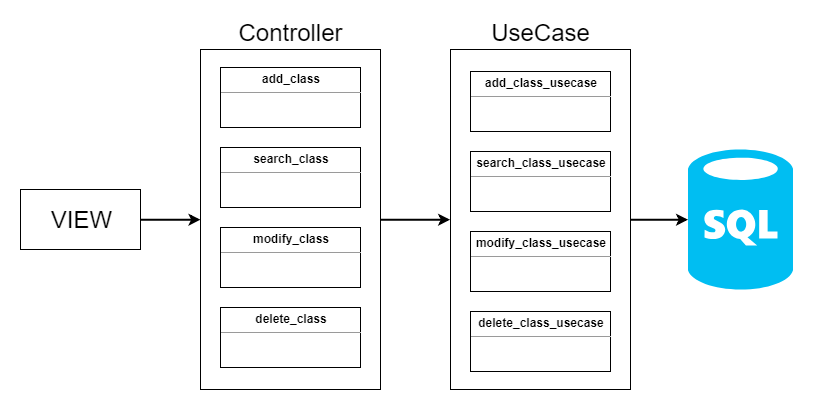
Before: 107598044/hw2/hw2架構圖.png, a diagram exported from draw.io (sa2019tw/Software-Architecture). Source tidied: cells renumbered, new cells last; positions are measured from the earlier drawing's top-left corner, leaving out a move shared by most shapes. Its diagram source:
```xml
<mxGraphModel>
  <root>
    <mxCell id="0" />
    <mxCell id="1" parent="0" />
    <mxCell id="2" value="Controller&lt;br style=&quot;font-size: 24px&quot;&gt;" style="rounded=0;whiteSpace=wrap;html=1;fillColor=none;labelPosition=center;verticalLabelPosition=top;align=center;verticalAlign=bottom;fontSize=24;" parent="1" vertex="1">
      <mxGeometry x="180" width="180" height="340" as="geometry" />
    </mxCell>
    <mxCell id="3" value="&lt;p style=&quot;margin: 0px ; margin-top: 4px ; text-align: center&quot;&gt;&lt;b&gt;add_class&lt;/b&gt;&lt;/p&gt;&lt;hr size=&quot;1&quot;&gt;&lt;div style=&quot;height: 2px&quot;&gt;&lt;/div&gt;" style="verticalAlign=top;align=left;overflow=fill;fontSize=12;fontFamily=Helvetica;html=1;" parent="1" vertex="1">
      <mxGeometry x="200" y="18" width="140" height="60" as="geometry" />
    </mxCell>
    <mxCell id="4" value="&lt;p style=&quot;margin: 0px ; margin-top: 4px ; text-align: center&quot;&gt;&lt;b&gt;search_class&lt;/b&gt;&lt;/p&gt;&lt;hr size=&quot;1&quot;&gt;&lt;div style=&quot;height: 2px&quot;&gt;&lt;/div&gt;" style="verticalAlign=top;align=left;overflow=fill;fontSize=12;fontFamily=Helvetica;html=1;" parent="1" vertex="1">
      <mxGeometry x="200" y="98" width="140" height="60" as="geometry" />
    </mxCell>
    <mxCell id="5" value="&lt;p style=&quot;margin: 0px ; margin-top: 4px ; text-align: center&quot;&gt;&lt;b&gt;modify_class&lt;/b&gt;&lt;/p&gt;&lt;hr size=&quot;1&quot;&gt;&lt;div style=&quot;height: 2px&quot;&gt;&lt;/div&gt;" style="verticalAlign=top;align=left;overflow=fill;fontSize=12;fontFamily=Helvetica;html=1;" parent="1" vertex="1">
      <mxGeometry x="200" y="178" width="140" height="60" as="geometry" />
    </mxCell>
    <mxCell id="6" value="&lt;p style=&quot;margin: 0px ; margin-top: 4px ; text-align: center&quot;&gt;&lt;b&gt;delete_class&lt;/b&gt;&lt;/p&gt;&lt;hr size=&quot;1&quot;&gt;&lt;div style=&quot;height: 2px&quot;&gt;&lt;/div&gt;" style="verticalAlign=top;align=left;overflow=fill;fontSize=12;fontFamily=Helvetica;html=1;" parent="1" vertex="1">
      <mxGeometry x="200" y="258" width="140" height="60" as="geometry" />
    </mxCell>
    <mxCell id="7" style="endArrow=classic;html=1;fontSize=24;entryX=0;entryY=0.5;entryDx=0;entryDy=0;strokeWidth=2;exitX=1;exitY=0.5;exitDx=0;exitDy=0;" parent="1" edge="1" source="10" target="2">
      <mxGeometry relative="1" as="geometry" />
    </mxCell>
    <mxCell id="8" style="endArrow=classic;html=1;fontSize=24;strokeWidth=2;entryX=0;entryY=0.5;entryDx=0;entryDy=0;entryPerimeter=0;exitX=1;exitY=0.5;exitDx=0;exitDy=0;" parent="1" edge="1" source="12" target="9">
      <mxGeometry relative="1" as="geometry" />
    </mxCell>
    <mxCell id="9" style="verticalLabelPosition=bottom;html=1;verticalAlign=top;align=center;strokeColor=none;fillColor=#00BEF2;shape=mxgraph.azure.sql_database;" parent="1" vertex="1">
      <mxGeometry x="667.5" y="100" width="105" height="140" as="geometry" />
    </mxCell>
    <mxCell id="10" value="&lt;font style=&quot;font-size: 24px&quot;&gt;VIEW&lt;/font&gt;" style="rounded=0;whiteSpace=wrap;html=1;" parent="1" vertex="1">
      <mxGeometry y="140" width="120" height="60" as="geometry" />
    </mxCell>
    <mxCell id="11" value="&lt;font style=&quot;font-size: 24px&quot;&gt;DB&lt;/font&gt;" style="text;html=1;align=left;verticalAlign=top;spacingTop=-4;" parent="1" vertex="1">
      <mxGeometry x="470" y="184" width="50" height="20" as="geometry" />
    </mxCell>
    <mxCell id="12" value="UseCase&lt;br style=&quot;font-size: 24px&quot;&gt;" style="rounded=0;whiteSpace=wrap;html=1;fillColor=none;labelPosition=center;verticalLabelPosition=top;align=center;verticalAlign=bottom;fontSize=24;" parent="1" vertex="1">
      <mxGeometry x="430" width="180" height="340" as="geometry" />
    </mxCell>
    <mxCell id="13" value="&lt;p style=&quot;margin: 0px ; margin-top: 4px ; text-align: center&quot;&gt;&lt;b&gt;add_class_usecase&lt;/b&gt;&lt;/p&gt;&lt;hr size=&quot;1&quot;&gt;&lt;div style=&quot;height: 2px&quot;&gt;&lt;/div&gt;" style="verticalAlign=top;align=left;overflow=fill;fontSize=12;fontFamily=Helvetica;html=1;" parent="1" vertex="1">
      <mxGeometry x="450" y="22" width="140" height="60" as="geometry" />
    </mxCell>
    <mxCell id="14" value="&lt;p style=&quot;margin: 0px ; margin-top: 4px ; text-align: center&quot;&gt;&lt;b&gt;search_class_usecase&lt;/b&gt;&lt;/p&gt;&lt;hr size=&quot;1&quot;&gt;&lt;div style=&quot;height: 2px&quot;&gt;&lt;/div&gt;" style="verticalAlign=top;align=left;overflow=fill;fontSize=12;fontFamily=Helvetica;html=1;" parent="1" vertex="1">
      <mxGeometry x="450" y="102" width="140" height="60" as="geometry" />
    </mxCell>
    <mxCell id="15" value="&lt;p style=&quot;margin: 0px ; margin-top: 4px ; text-align: center&quot;&gt;&lt;b&gt;modify_class_usecase&lt;/b&gt;&lt;/p&gt;&lt;hr size=&quot;1&quot;&gt;&lt;div style=&quot;height: 2px&quot;&gt;&lt;/div&gt;" style="verticalAlign=top;align=left;overflow=fill;fontSize=12;fontFamily=Helvetica;html=1;" parent="1" vertex="1">
      <mxGeometry x="450" y="182" width="140" height="60" as="geometry" />
    </mxCell>
    <mxCell id="16" value="&lt;p style=&quot;margin: 0px ; margin-top: 4px ; text-align: center&quot;&gt;&lt;b&gt;delete_class_usecase&lt;/b&gt;&lt;/p&gt;&lt;hr size=&quot;1&quot;&gt;&lt;div style=&quot;height: 2px&quot;&gt;&lt;/div&gt;" style="verticalAlign=top;align=left;overflow=fill;fontSize=12;fontFamily=Helvetica;html=1;" parent="1" vertex="1">
      <mxGeometry x="450" y="262" width="140" height="60" as="geometry" />
    </mxCell>
    <mxCell id="17" style="endArrow=classic;html=1;fontSize=24;entryX=0;entryY=0.5;entryDx=0;entryDy=0;strokeWidth=2;exitX=1;exitY=0.5;exitDx=0;exitDy=0;" parent="1" edge="1" source="2" target="12">
      <mxGeometry relative="1" as="geometry" />
    </mxCell>
  </root>
</mxGraphModel>
```
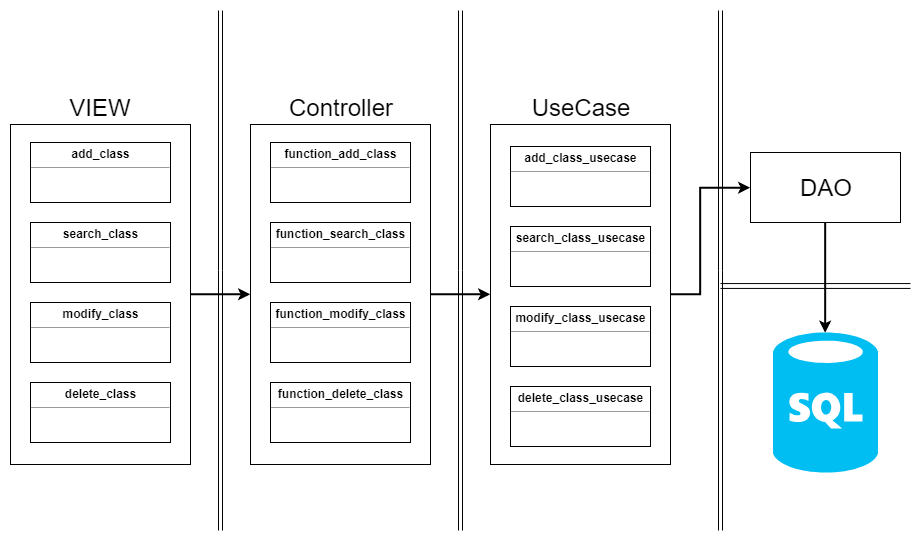
Above is the later version.

Diff of the diagram source:
```diff
@@ -3,52 +3,99 @@
     <mxCell id="0" />
     <mxCell id="1" parent="0" />
     <mxCell id="2" value="Controller&lt;br style=&quot;font-size: 24px&quot;&gt;" style="rounded=0;whiteSpace=wrap;html=1;fillColor=none;labelPosition=center;verticalLabelPosition=top;align=center;verticalAlign=bottom;fontSize=24;" parent="1" vertex="1">
-      <mxGeometry x="180" width="180" height="340" as="geometry" />
+      <mxGeometry x="310" y="22" width="180" height="340" as="geometry" />
     </mxCell>
-    <mxCell id="3" value="&lt;p style=&quot;margin: 0px ; margin-top: 4px ; text-align: center&quot;&gt;&lt;b&gt;add_class&lt;/b&gt;&lt;/p&gt;&lt;hr size=&quot;1&quot;&gt;&lt;div style=&quot;height: 2px&quot;&gt;&lt;/div&gt;" style="verticalAlign=top;align=left;overflow=fill;fontSize=12;fontFamily=Helvetica;html=1;" parent="1" vertex="1">
-      <mxGeometry x="200" y="18" width="140" height="60" as="geometry" />
+    <mxCell id="3" value="&lt;p style=&quot;margin: 0px ; margin-top: 4px ; text-align: center&quot;&gt;&lt;b&gt;function_add_class&lt;/b&gt;&lt;/p&gt;&lt;hr size=&quot;1&quot;&gt;&lt;div style=&quot;height: 2px&quot;&gt;&lt;/div&gt;" style="verticalAlign=top;align=left;overflow=fill;fontSize=12;fontFamily=Helvetica;html=1;" parent="1" vertex="1">
+      <mxGeometry x="330" y="40" width="140" height="60" as="geometry" />
     </mxCell>
-    <mxCell id="4" value="&lt;p style=&quot;margin: 0px ; margin-top: 4px ; text-align: center&quot;&gt;&lt;b&gt;search_class&lt;/b&gt;&lt;/p&gt;&lt;hr size=&quot;1&quot;&gt;&lt;div style=&quot;height: 2px&quot;&gt;&lt;/div&gt;" style="verticalAlign=top;align=left;overflow=fill;fontSize=12;fontFamily=Helvetica;html=1;" parent="1" vertex="1">
-      <mxGeometry x="200" y="98" width="140" height="60" as="geometry" />
+    <mxCell id="4" value="&lt;p style=&quot;margin: 0px ; margin-top: 4px ; text-align: center&quot;&gt;&lt;b&gt;function_search_class&lt;/b&gt;&lt;/p&gt;&lt;hr size=&quot;1&quot;&gt;&lt;div style=&quot;height: 2px&quot;&gt;&lt;/div&gt;" style="verticalAlign=top;align=left;overflow=fill;fontSize=12;fontFamily=Helvetica;html=1;" parent="1" vertex="1">
+      <mxGeometry x="330" y="120" width="140" height="60" as="geometry" />
     </mxCell>
-    <mxCell id="5" value="&lt;p style=&quot;margin: 0px ; margin-top: 4px ; text-align: center&quot;&gt;&lt;b&gt;modify_class&lt;/b&gt;&lt;/p&gt;&lt;hr size=&quot;1&quot;&gt;&lt;div style=&quot;height: 2px&quot;&gt;&lt;/div&gt;" style="verticalAlign=top;align=left;overflow=fill;fontSize=12;fontFamily=Helvetica;html=1;" parent="1" vertex="1">
-      <mxGeometry x="200" y="178" width="140" height="60" as="geometry" />
+    <mxCell id="5" value="&lt;p style=&quot;margin: 0px ; margin-top: 4px ; text-align: center&quot;&gt;&lt;b&gt;function_&lt;/b&gt;&lt;b&gt;modify_class&lt;/b&gt;&lt;/p&gt;&lt;hr size=&quot;1&quot;&gt;&lt;div style=&quot;height: 2px&quot;&gt;&lt;/div&gt;" style="verticalAlign=top;align=left;overflow=fill;fontSize=12;fontFamily=Helvetica;html=1;" parent="1" vertex="1">
+      <mxGeometry x="330" y="200" width="140" height="60" as="geometry" />
     </mxCell>
-    <mxCell id="6" value="&lt;p style=&quot;margin: 0px ; margin-top: 4px ; text-align: center&quot;&gt;&lt;b&gt;delete_class&lt;/b&gt;&lt;/p&gt;&lt;hr size=&quot;1&quot;&gt;&lt;div style=&quot;height: 2px&quot;&gt;&lt;/div&gt;" style="verticalAlign=top;align=left;overflow=fill;fontSize=12;fontFamily=Helvetica;html=1;" parent="1" vertex="1">
-      <mxGeometry x="200" y="258" width="140" height="60" as="geometry" />
+    <mxCell id="6" value="&lt;p style=&quot;margin: 0px ; margin-top: 4px ; text-align: center&quot;&gt;&lt;b&gt;function_delete_class&lt;/b&gt;&lt;/p&gt;&lt;hr size=&quot;1&quot;&gt;&lt;div style=&quot;height: 2px&quot;&gt;&lt;/div&gt;" style="verticalAlign=top;align=left;overflow=fill;fontSize=12;fontFamily=Helvetica;html=1;" parent="1" vertex="1">
+      <mxGeometry x="330" y="280" width="140" height="60" as="geometry" />
     </mxCell>
     <mxCell id="7" style="endArrow=classic;html=1;fontSize=24;entryX=0;entryY=0.5;entryDx=0;entryDy=0;strokeWidth=2;exitX=1;exitY=0.5;exitDx=0;exitDy=0;" parent="1" edge="1" source="10" target="2">
       <mxGeometry relative="1" as="geometry" />
     </mxCell>
-    <mxCell id="8" style="endArrow=classic;html=1;fontSize=24;strokeWidth=2;entryX=0;entryY=0.5;entryDx=0;entryDy=0;entryPerimeter=0;exitX=1;exitY=0.5;exitDx=0;exitDy=0;" parent="1" edge="1" source="12" target="9">
+    <mxCell id="8" style="endArrow=classic;html=1;fontSize=24;strokeWidth=2;entryX=0.5;entryY=0;entryDx=0;entryDy=0;entryPerimeter=0;exitX=0.5;exitY=1;exitDx=0;exitDy=0;" parent="1" edge="1" source="25" target="9">
       <mxGeometry relative="1" as="geometry" />
     </mxCell>
     <mxCell id="9" style="verticalLabelPosition=bottom;html=1;verticalAlign=top;align=center;strokeColor=none;fillColor=#00BEF2;shape=mxgraph.azure.sql_database;" parent="1" vertex="1">
-      <mxGeometry x="667.5" y="100" width="105" height="140" as="geometry" />
+      <mxGeometry x="832.5" y="230" width="105" height="140" as="geometry" />
     </mxCell>
-    <mxCell id="10" value="&lt;font style=&quot;font-size: 24px&quot;&gt;VIEW&lt;/font&gt;" style="rounded=0;whiteSpace=wrap;html=1;" parent="1" vertex="1">
-      <mxGeometry y="140" width="120" height="60" as="geometry" />
-    </mxCell>
     <mxCell id="11" value="&lt;font style=&quot;font-size: 24px&quot;&gt;DB&lt;/font&gt;" style="text;html=1;align=left;verticalAlign=top;spacingTop=-4;" parent="1" vertex="1">
-      <mxGeometry x="470" y="184" width="50" height="20" as="geometry" />
+      <mxGeometry x="590" y="206" width="50" height="20" as="geometry" />
     </mxCell>
+    <mxCell id="18" style="edgeStyle=orthogonalEdgeStyle;rounded=0;jettySize=auto;html=1;entryX=0;entryY=0.5;entryDx=0;entryDy=0;strokeWidth=2;" parent="1" edge="1" source="12" target="25">
+      <mxGeometry relative="1" as="geometry">
+        <Array as="points">
+          <mxPoint x="760" y="192" />
+          <mxPoint x="760" y="85" />
+        </Array>
+      </mxGeometry>
+    </mxCell>
     <mxCell id="12" value="UseCase&lt;br style=&quot;font-size: 24px&quot;&gt;" style="rounded=0;whiteSpace=wrap;html=1;fillColor=none;labelPosition=center;verticalLabelPosition=top;align=center;verticalAlign=bottom;fontSize=24;" parent="1" vertex="1">
-      <mxGeometry x="430" width="180" height="340" as="geometry" />
+      <mxGeometry x="550" y="22" width="180" height="340" as="geometry" />
     </mxCell>
     <mxCell id="13" value="&lt;p style=&quot;margin: 0px ; margin-top: 4px ; text-align: center&quot;&gt;&lt;b&gt;add_class_usecase&lt;/b&gt;&lt;/p&gt;&lt;hr size=&quot;1&quot;&gt;&lt;div style=&quot;height: 2px&quot;&gt;&lt;/div&gt;" style="verticalAlign=top;align=left;overflow=fill;fontSize=12;fontFamily=Helvetica;html=1;" parent="1" vertex="1">
-      <mxGeometry x="450" y="22" width="140" height="60" as="geometry" />
+      <mxGeometry x="570" y="44" width="140" height="60" as="geometry" />
     </mxCell>
     <mxCell id="14" value="&lt;p style=&quot;margin: 0px ; margin-top: 4px ; text-align: center&quot;&gt;&lt;b&gt;search_class_usecase&lt;/b&gt;&lt;/p&gt;&lt;hr size=&quot;1&quot;&gt;&lt;div style=&quot;height: 2px&quot;&gt;&lt;/div&gt;" style="verticalAlign=top;align=left;overflow=fill;fontSize=12;fontFamily=Helvetica;html=1;" parent="1" vertex="1">
-      <mxGeometry x="450" y="102" width="140" height="60" as="geometry" />
+      <mxGeometry x="570" y="124" width="140" height="60" as="geometry" />
     </mxCell>
     <mxCell id="15" value="&lt;p style=&quot;margin: 0px ; margin-top: 4px ; text-align: center&quot;&gt;&lt;b&gt;modify_class_usecase&lt;/b&gt;&lt;/p&gt;&lt;hr size=&quot;1&quot;&gt;&lt;div style=&quot;height: 2px&quot;&gt;&lt;/div&gt;" style="verticalAlign=top;align=left;overflow=fill;fontSize=12;fontFamily=Helvetica;html=1;" parent="1" vertex="1">
-      <mxGeometry x="450" y="182" width="140" height="60" as="geometry" />
+      <mxGeometry x="570" y="204" width="140" height="60" as="geometry" />
     </mxCell>
     <mxCell id="16" value="&lt;p style=&quot;margin: 0px ; margin-top: 4px ; text-align: center&quot;&gt;&lt;b&gt;delete_class_usecase&lt;/b&gt;&lt;/p&gt;&lt;hr size=&quot;1&quot;&gt;&lt;div style=&quot;height: 2px&quot;&gt;&lt;/div&gt;" style="verticalAlign=top;align=left;overflow=fill;fontSize=12;fontFamily=Helvetica;html=1;" parent="1" vertex="1">
-      <mxGeometry x="450" y="262" width="140" height="60" as="geometry" />
+      <mxGeometry x="570" y="284" width="140" height="60" as="geometry" />
     </mxCell>
     <mxCell id="17" style="endArrow=classic;html=1;fontSize=24;entryX=0;entryY=0.5;entryDx=0;entryDy=0;strokeWidth=2;exitX=1;exitY=0.5;exitDx=0;exitDy=0;" parent="1" edge="1" source="2" target="12">
       <mxGeometry relative="1" as="geometry" />
     </mxCell>
+    <mxCell id="10" value="VIEW&lt;br style=&quot;font-size: 24px&quot;&gt;" style="rounded=0;whiteSpace=wrap;html=1;fillColor=none;labelPosition=center;verticalLabelPosition=top;align=center;verticalAlign=bottom;fontSize=24;" parent="1" vertex="1">
+      <mxGeometry x="70" y="22" width="180" height="340" as="geometry" />
+    </mxCell>
+    <mxCell id="19" value="&lt;p style=&quot;margin: 0px ; margin-top: 4px ; text-align: center&quot;&gt;&lt;b&gt;add_class&lt;/b&gt;&lt;/p&gt;&lt;hr size=&quot;1&quot;&gt;&lt;div style=&quot;height: 2px&quot;&gt;&lt;/div&gt;" style="verticalAlign=top;align=left;overflow=fill;fontSize=12;fontFamily=Helvetica;html=1;" parent="1" vertex="1">
+      <mxGeometry x="90" y="40" width="140" height="60" as="geometry" />
+    </mxCell>
+    <mxCell id="20" value="&lt;p style=&quot;margin: 0px ; margin-top: 4px ; text-align: center&quot;&gt;&lt;b&gt;search_class&lt;/b&gt;&lt;/p&gt;&lt;hr size=&quot;1&quot;&gt;&lt;div style=&quot;height: 2px&quot;&gt;&lt;/div&gt;" style="verticalAlign=top;align=left;overflow=fill;fontSize=12;fontFamily=Helvetica;html=1;" parent="1" vertex="1">
+      <mxGeometry x="90" y="120" width="140" height="60" as="geometry" />
+    </mxCell>
+    <mxCell id="21" value="&lt;p style=&quot;margin: 0px ; margin-top: 4px ; text-align: center&quot;&gt;&lt;b&gt;modify_class&lt;/b&gt;&lt;/p&gt;&lt;hr size=&quot;1&quot;&gt;&lt;div style=&quot;height: 2px&quot;&gt;&lt;/div&gt;" style="verticalAlign=top;align=left;overflow=fill;fontSize=12;fontFamily=Helvetica;html=1;" parent="1" vertex="1">
+      <mxGeometry x="90" y="200" width="140" height="60" as="geometry" />
+    </mxCell>
+    <mxCell id="22" value="&lt;p style=&quot;margin: 0px ; margin-top: 4px ; text-align: center&quot;&gt;&lt;b&gt;delete_class&lt;/b&gt;&lt;/p&gt;&lt;hr size=&quot;1&quot;&gt;&lt;div style=&quot;height: 2px&quot;&gt;&lt;/div&gt;" style="verticalAlign=top;align=left;overflow=fill;fontSize=12;fontFamily=Helvetica;html=1;" parent="1" vertex="1">
+      <mxGeometry x="90" y="280" width="140" height="60" as="geometry" />
+    </mxCell>
+    <mxCell id="23" style="shape=link;html=1;" parent="1" edge="1">
+      <mxGeometry relative="1" as="geometry">
+        <mxPoint x="280" y="428" as="sourcePoint" />
+        <mxPoint x="280" y="-92" as="targetPoint" />
+      </mxGeometry>
+    </mxCell>
+    <mxCell id="24" style="shape=link;html=1;" parent="1" edge="1">
+      <mxGeometry relative="1" as="geometry">
+        <mxPoint x="520" y="428" as="sourcePoint" />
+        <mxPoint x="520" y="-92" as="targetPoint" />
+      </mxGeometry>
+    </mxCell>
+    <mxCell id="25" value="&lt;font style=&quot;font-size: 24px&quot;&gt;DAO&lt;/font&gt;" style="rounded=0;whiteSpace=wrap;html=1;" parent="1" vertex="1">
+      <mxGeometry x="810" y="50" width="150" height="70" as="geometry" />
+    </mxCell>
+    <mxCell id="26" style="shape=link;html=1;strokeWidth=1;" parent="1" edge="1">
+      <mxGeometry relative="1" as="geometry">
+        <mxPoint x="780" y="428" as="sourcePoint" />
+        <mxPoint x="780" y="-92" as="targetPoint" />
+      </mxGeometry>
+    </mxCell>
+    <mxCell id="27" style="shape=link;html=1;strokeWidth=1;width=-4.857142857142857;" parent="1" edge="1">
+      <mxGeometry relative="1" as="geometry">
+        <mxPoint x="780" y="183.5" as="sourcePoint" />
+        <mxPoint x="970" y="183.5" as="targetPoint" />
+      </mxGeometry>
+    </mxCell>
   </root>
 </mxGraphModel>
```
